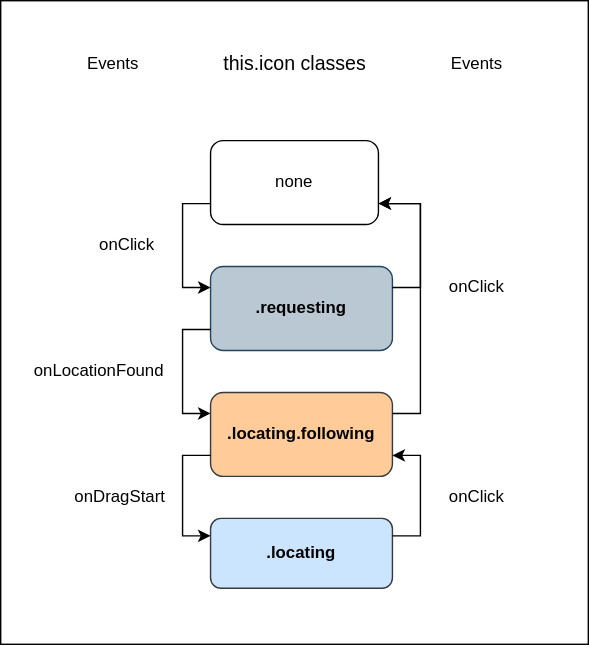
The draw.io diagram workflow.svg in cdupre/leaflet.boating, before a commit. Source tidied: cells renumbered, new cells last; positions are measured from the earlier drawing's top-left corner, leaving out a move shared by most shapes.
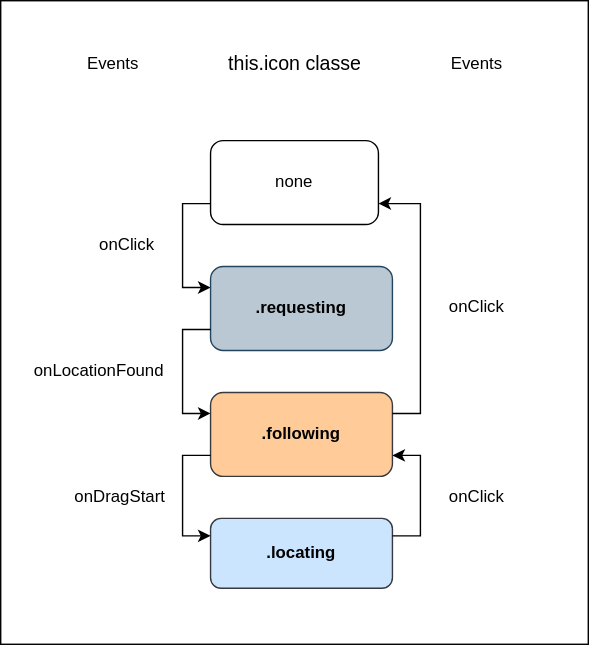
After the commit.

The edit, as a diff of the source:
```diff
@@ -17,7 +17,7 @@
     <mxCell id="6" value="&lt;b&gt;.locating&lt;/b&gt;" style="rounded=1;whiteSpace=wrap;html=1;fillColor=#cce5ff;strokeColor=#36393d;" parent="1" vertex="1">
       <mxGeometry x="150" y="370" width="130" height="50" as="geometry" />
     </mxCell>
-    <mxCell id="7" value="&lt;b&gt;.locating.following&lt;/b&gt;" style="rounded=1;whiteSpace=wrap;html=1;fillColor=#ffcc99;strokeColor=#36393d;" parent="1" vertex="1">
+    <mxCell id="7" value="&lt;b&gt;.following&lt;/b&gt;" style="rounded=1;whiteSpace=wrap;html=1;fillColor=#ffcc99;strokeColor=#36393d;" parent="1" vertex="1">
       <mxGeometry x="150" y="280" width="130" height="60" as="geometry" />
     </mxCell>
     <mxCell id="8" style="edgeStyle=orthogonalEdgeStyle;rounded=0;orthogonalLoop=1;jettySize=auto;html=1;exitX=0.5;exitY=1;exitDx=0;exitDy=0;" parent="1" edge="1" source="6" target="6">
@@ -35,19 +35,11 @@
     <mxCell id="12" style="edgeStyle=orthogonalEdgeStyle;rounded=0;jettySize=auto;html=1;exitX=1;exitY=0.25;exitDx=0;exitDy=0;entryX=1;entryY=0.75;entryDx=0;entryDy=0;strokeColor=#000000;fontColor=#000000;" parent="1" edge="1" source="7" target="4">
       <mxGeometry relative="1" as="geometry" />
     </mxCell>
-    <mxCell id="13" style="edgeStyle=orthogonalEdgeStyle;rounded=0;jettySize=auto;html=1;exitX=1;exitY=0.25;exitDx=0;exitDy=0;entryX=1;entryY=0.75;entryDx=0;entryDy=0;strokeColor=#000000;fontColor=#000000;" parent="1" edge="1" source="5" target="4">
-      <mxGeometry relative="1" as="geometry">
-        <Array as="points">
-          <mxPoint x="300" y="205" />
-          <mxPoint x="300" y="145" />
-        </Array>
-      </mxGeometry>
-    </mxCell>
     <mxCell id="14" value="onClick" style="text;html=1;align=center;verticalAlign=middle;strokeColor=none;fillColor=none;" parent="1" vertex="1">
       <mxGeometry x="60" y="160" width="60" height="30" as="geometry" />
     </mxCell>
     <mxCell id="15" value="&lt;font&gt;onClick&lt;/font&gt;" style="text;html=1;align=center;verticalAlign=middle;strokeColor=none;fillColor=none;fontColor=#000000;" parent="1" vertex="1">
-      <mxGeometry x="310" y="190" width="60" height="30" as="geometry" />
+      <mxGeometry x="310" y="204" width="60" height="30" as="geometry" />
     </mxCell>
     <mxCell id="16" value="onClick" style="text;html=1;align=center;verticalAlign=middle;strokeColor=none;fillColor=none;fontColor=#000000;" parent="1" vertex="1">
       <mxGeometry x="310" y="340" width="60" height="30" as="geometry" />
@@ -58,8 +50,8 @@
     <mxCell id="18" value="onLocationFound" style="text;html=1;align=center;verticalAlign=middle;strokeColor=none;fillColor=none;" parent="1" vertex="1">
       <mxGeometry x="10" y="250" width="120" height="30" as="geometry" />
     </mxCell>
-    <mxCell id="19" value="&lt;font style=&quot;font-size: 14px;&quot;&gt;this.icon classes&lt;/font&gt;" style="text;html=1;align=center;verticalAlign=middle;strokeColor=none;fillColor=none;fontColor=#000000;" parent="1" vertex="1">
-      <mxGeometry x="145" y="30" width="130" height="30" as="geometry" />
+    <mxCell id="19" value="&lt;font style=&quot;font-size: 14px;&quot;&gt;this.icon classe&lt;/font&gt;" style="text;html=1;align=center;verticalAlign=middle;strokeColor=none;fillColor=none;fontColor=#000000;" parent="1" vertex="1">
+      <mxGeometry x="150" y="30" width="120" height="30" as="geometry" />
     </mxCell>
     <mxCell id="20" value="Events" style="text;html=1;align=center;verticalAlign=middle;strokeColor=none;fillColor=none;fontColor=#000000;" parent="1" vertex="1">
       <mxGeometry x="50" y="30" width="60" height="30" as="geometry" />
```
